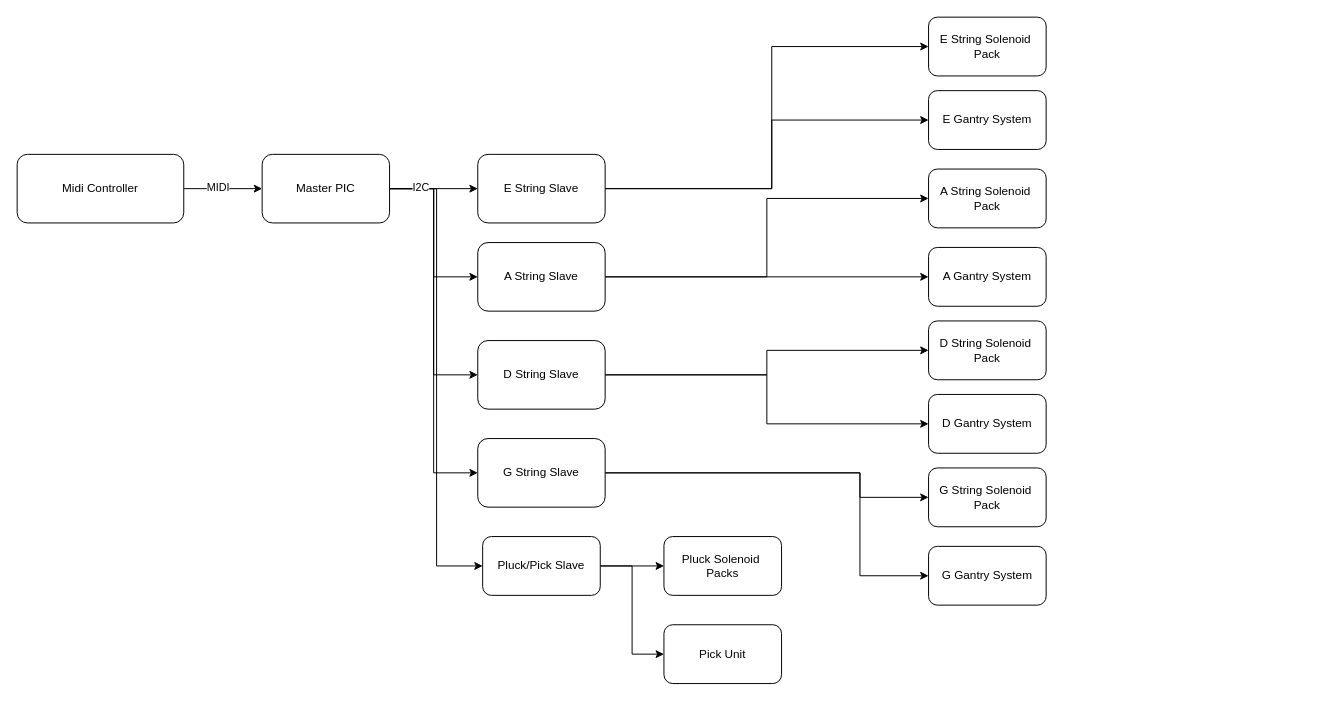
Earlier version of the draw.io diagram Flowcharts/Functional Block diagram.drawio (Masaharu41/Midi-Bass-Guitar). Source tidied: cells renumbered, new cells numbered last; positions are measured from the earlier drawing's top-left corner, leaving out a move shared by most shapes. Both pictures are drawn from the tidied source at 98%, with x=0, y=0 at pixel (17, 17).
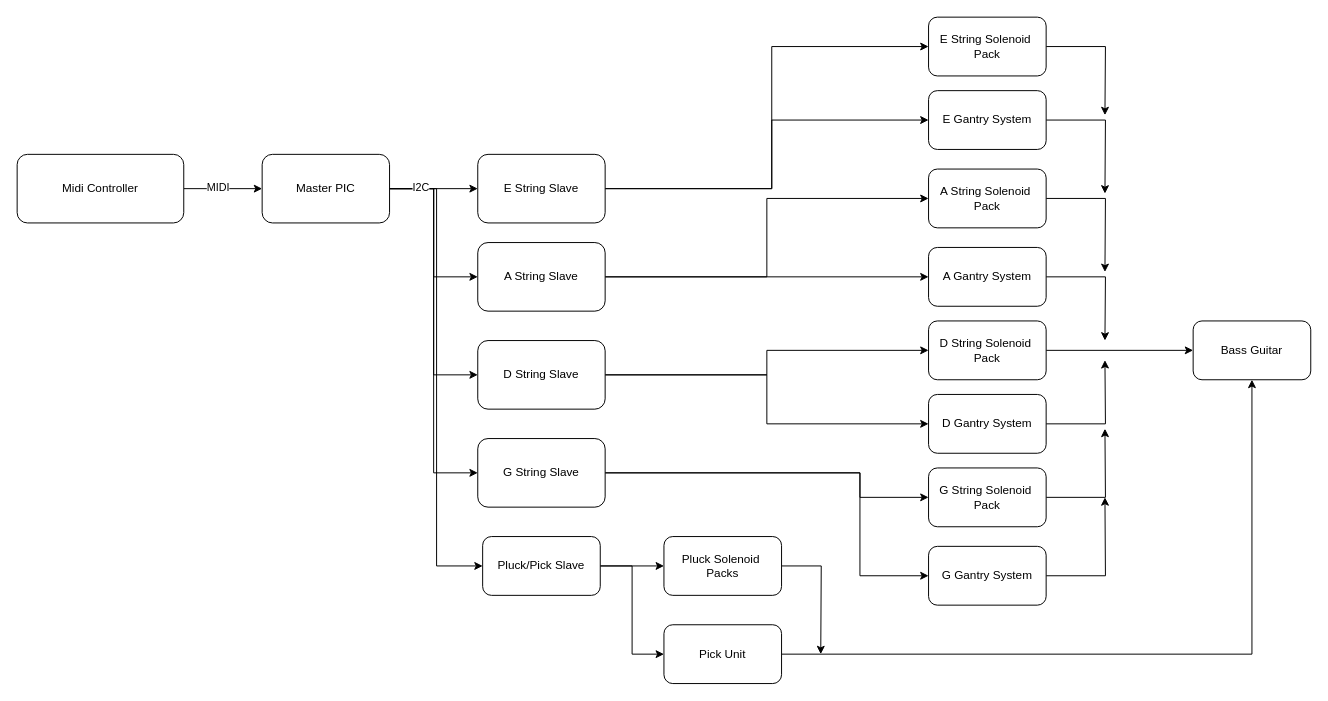
Above is the later version.

Commit message (it also covers changes not shown here):
modified system flowchart to include the bass

Unchanged cells that the change refers to:
```xml
<mxCell id="27" value="Pluck Solenoid&amp;nbsp;&lt;div&gt;Packs&lt;/div&gt;" style="rounded=1;whiteSpace=wrap;html=1;" parent="1" vertex="1">
  <mxGeometry x="660" y="530" width="120" height="60" as="geometry" />
</mxCell>
<mxCell id="28" value="Pick Unit" style="rounded=1;whiteSpace=wrap;html=1;" parent="1" vertex="1">
  <mxGeometry x="660" y="620" width="120" height="60" as="geometry" />
</mxCell>
<mxCell id="29" value="E String Solenoid&amp;nbsp;&lt;div&gt;Pack&lt;/div&gt;" style="rounded=1;whiteSpace=wrap;html=1;" parent="1" vertex="1">
  <mxGeometry x="930" width="120" height="60" as="geometry" />
</mxCell>
<mxCell id="30" value="E Gantry System" style="rounded=1;whiteSpace=wrap;html=1;" parent="1" vertex="1">
  <mxGeometry x="930" y="75" width="120" height="60" as="geometry" />
</mxCell>
<mxCell id="31" value="A String Solenoid&amp;nbsp;&lt;div&gt;Pack&lt;/div&gt;" style="rounded=1;whiteSpace=wrap;html=1;" parent="1" vertex="1">
  <mxGeometry x="930" y="155" width="120" height="60" as="geometry" />
</mxCell>
<mxCell id="32" value="A Gantry System" style="rounded=1;whiteSpace=wrap;html=1;" parent="1" vertex="1">
  <mxGeometry x="930" y="235" width="120" height="60" as="geometry" />
</mxCell>
<mxCell id="33" value="D String Solenoid&amp;nbsp;&lt;div&gt;Pack&lt;/div&gt;" style="rounded=1;whiteSpace=wrap;html=1;" parent="1" vertex="1">
  <mxGeometry x="930" y="310" width="120" height="60" as="geometry" />
</mxCell>
<mxCell id="34" value="D Gantry System" style="rounded=1;whiteSpace=wrap;html=1;" parent="1" vertex="1">
  <mxGeometry x="930" y="385" width="120" height="60" as="geometry" />
</mxCell>
<mxCell id="35" value="G String Solenoid&amp;nbsp;&lt;div&gt;Pack&lt;/div&gt;" style="rounded=1;whiteSpace=wrap;html=1;" parent="1" vertex="1">
  <mxGeometry x="930" y="460" width="120" height="60" as="geometry" />
</mxCell>
<mxCell id="36" value="G Gantry System" style="rounded=1;whiteSpace=wrap;html=1;" parent="1" vertex="1">
  <mxGeometry x="930" y="540" width="120" height="60" as="geometry" />
</mxCell>
```

Diff of the diagram source:
```diff
@@
+    <mxCell id="37" style="edgeStyle=orthogonalEdgeStyle;rounded=0;jettySize=auto;html=1;" parent="1" edge="1" source="27">
+      <mxGeometry relative="1" as="geometry">
+        <mxPoint x="820" y="650" as="targetPoint" />
+      </mxGeometry>
+    </mxCell>
@@
+    <mxCell id="38" style="edgeStyle=orthogonalEdgeStyle;rounded=0;jettySize=auto;html=1;entryX=0.5;entryY=1;entryDx=0;entryDy=0;" parent="1" edge="1" source="28" target="47">
+      <mxGeometry relative="1" as="geometry" />
+    </mxCell>
@@
+    <mxCell id="39" style="edgeStyle=orthogonalEdgeStyle;rounded=0;jettySize=auto;html=1;" parent="1" edge="1" source="29">
+      <mxGeometry relative="1" as="geometry">
+        <mxPoint x="1110" y="100" as="targetPoint" />
+      </mxGeometry>
+    </mxCell>
@@
+    <mxCell id="40" style="edgeStyle=orthogonalEdgeStyle;rounded=0;jettySize=auto;html=1;" parent="1" edge="1" source="30">
+      <mxGeometry relative="1" as="geometry">
+        <mxPoint x="1110" y="180" as="targetPoint" />
+      </mxGeometry>
+    </mxCell>
@@
+    <mxCell id="41" style="edgeStyle=orthogonalEdgeStyle;rounded=0;jettySize=auto;html=1;" parent="1" edge="1" source="31">
+      <mxGeometry relative="1" as="geometry">
+        <mxPoint x="1110" y="260" as="targetPoint" />
+      </mxGeometry>
+    </mxCell>
@@
+    <mxCell id="42" style="edgeStyle=orthogonalEdgeStyle;rounded=0;jettySize=auto;html=1;" parent="1" edge="1" source="32">
+      <mxGeometry relative="1" as="geometry">
+        <mxPoint x="1110" y="330" as="targetPoint" />
+      </mxGeometry>
+    </mxCell>
@@
+    <mxCell id="43" style="edgeStyle=orthogonalEdgeStyle;rounded=0;jettySize=auto;html=1;" parent="1" edge="1" source="33" target="47">
+      <mxGeometry relative="1" as="geometry" />
+    </mxCell>
@@
+    <mxCell id="44" style="edgeStyle=orthogonalEdgeStyle;rounded=0;jettySize=auto;html=1;" parent="1" edge="1" source="34">
+      <mxGeometry relative="1" as="geometry">
+        <mxPoint x="1110" y="350" as="targetPoint" />
+      </mxGeometry>
+    </mxCell>
@@
+    <mxCell id="45" style="edgeStyle=orthogonalEdgeStyle;rounded=0;jettySize=auto;html=1;" parent="1" edge="1" source="35">
+      <mxGeometry relative="1" as="geometry">
+        <mxPoint x="1110" y="420" as="targetPoint" />
+      </mxGeometry>
+    </mxCell>
@@
+    <mxCell id="46" style="edgeStyle=orthogonalEdgeStyle;rounded=0;jettySize=auto;html=1;" parent="1" edge="1" source="36">
+      <mxGeometry relative="1" as="geometry">
+        <mxPoint x="1110" y="490" as="targetPoint" />
+      </mxGeometry>
+    </mxCell>
@@
+    <mxCell id="47" value="Bass Guitar" style="rounded=1;whiteSpace=wrap;html=1;" parent="1" vertex="1">
+      <mxGeometry x="1200" y="310" width="120" height="60" as="geometry" />
+    </mxCell>
```
